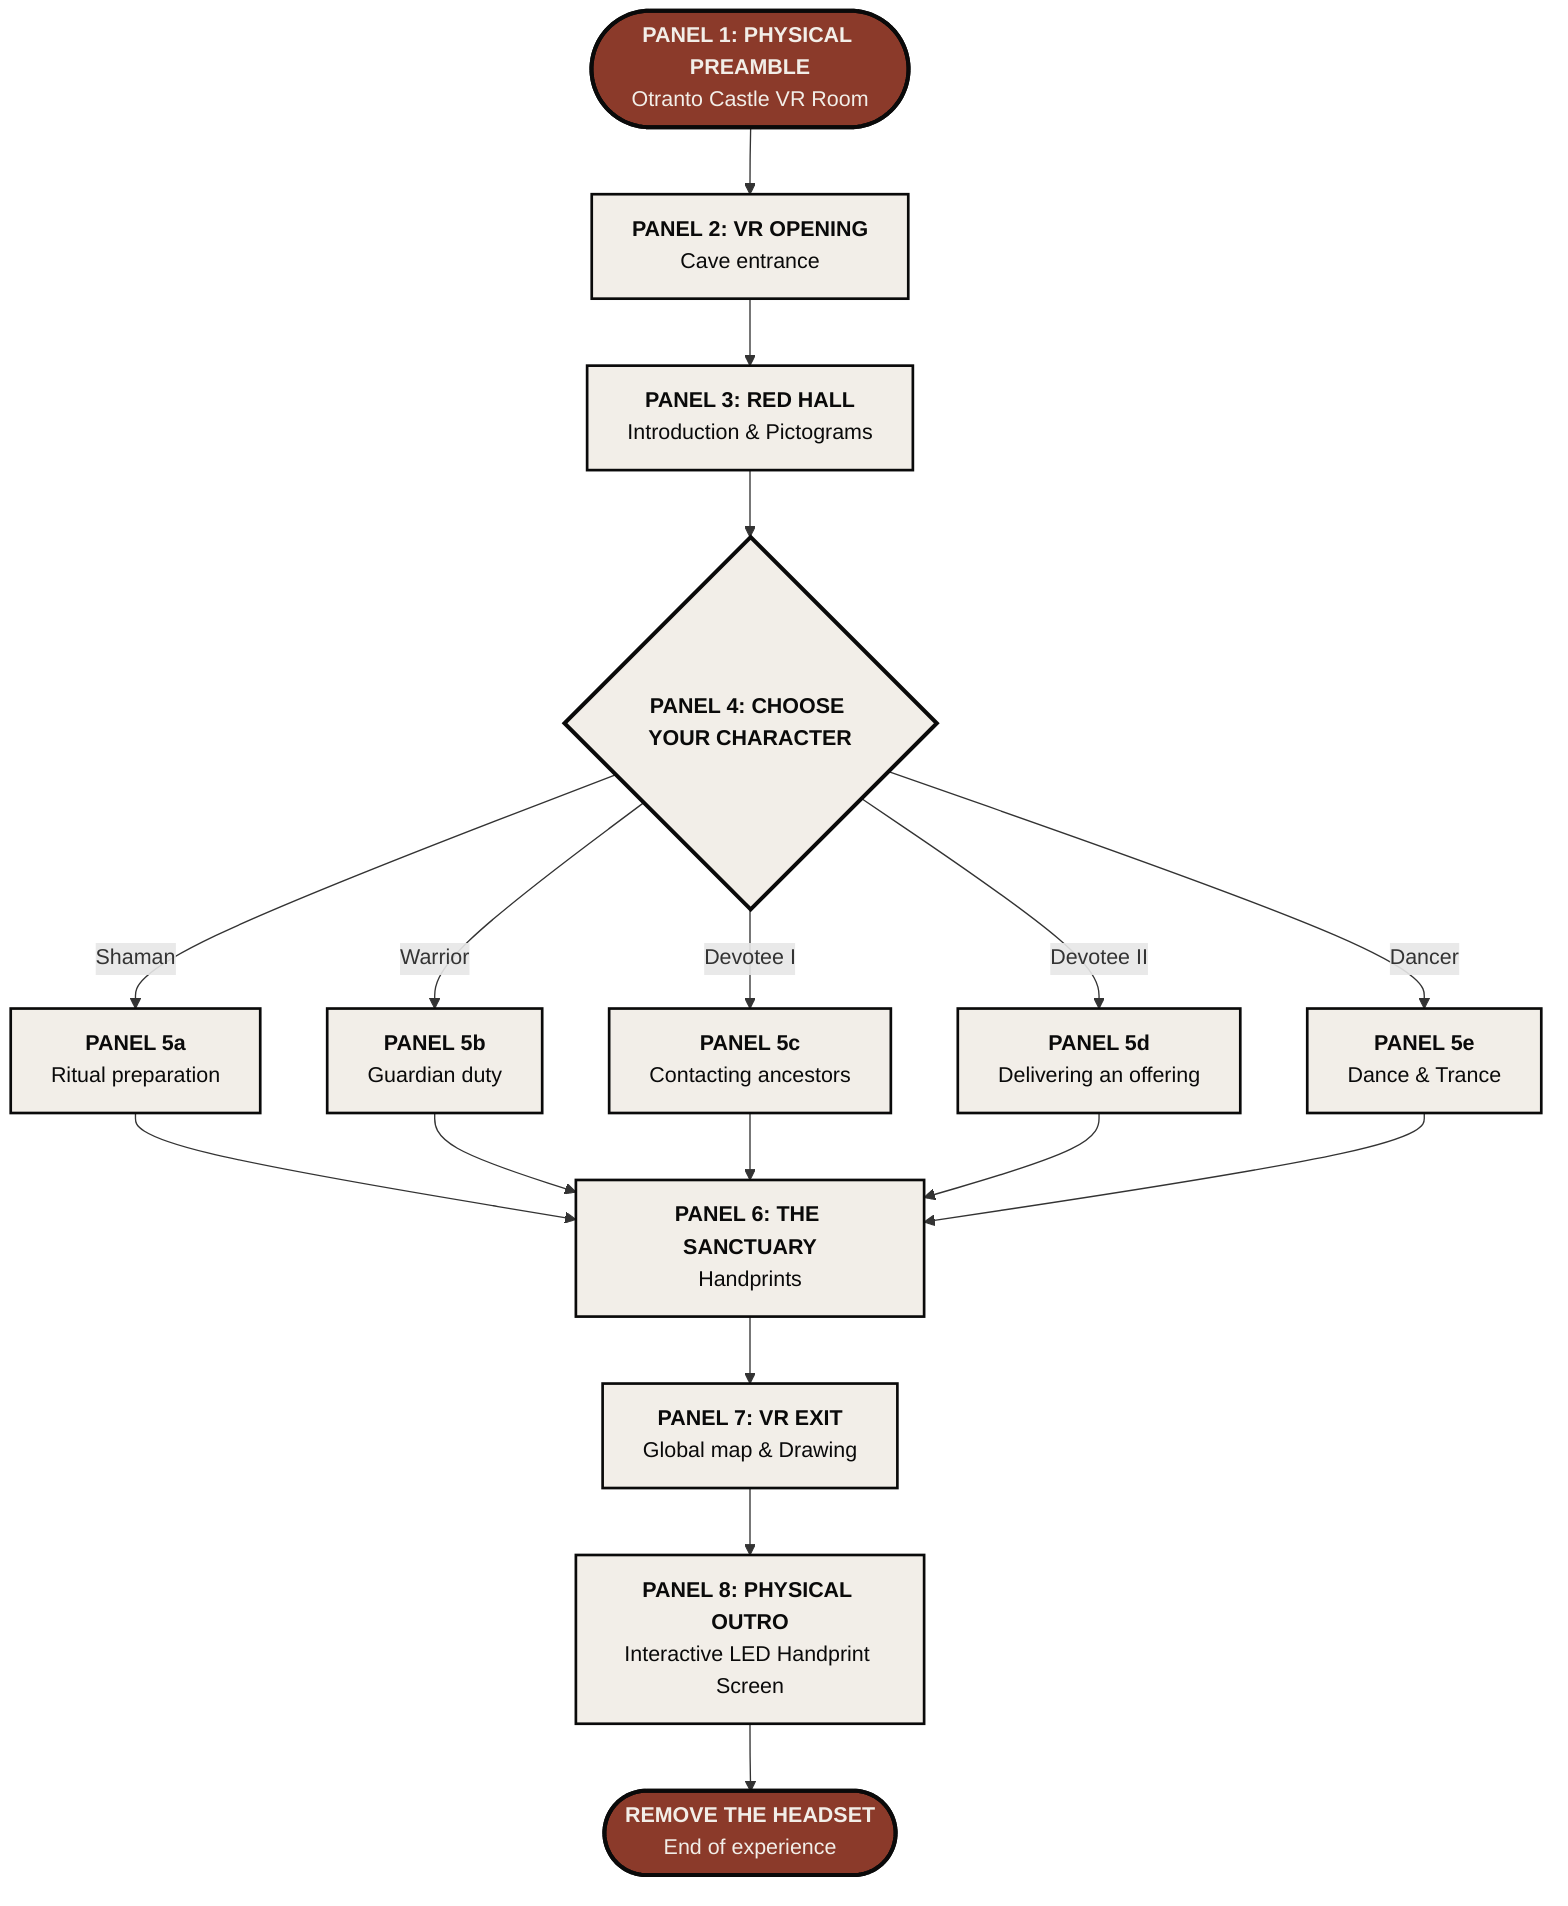
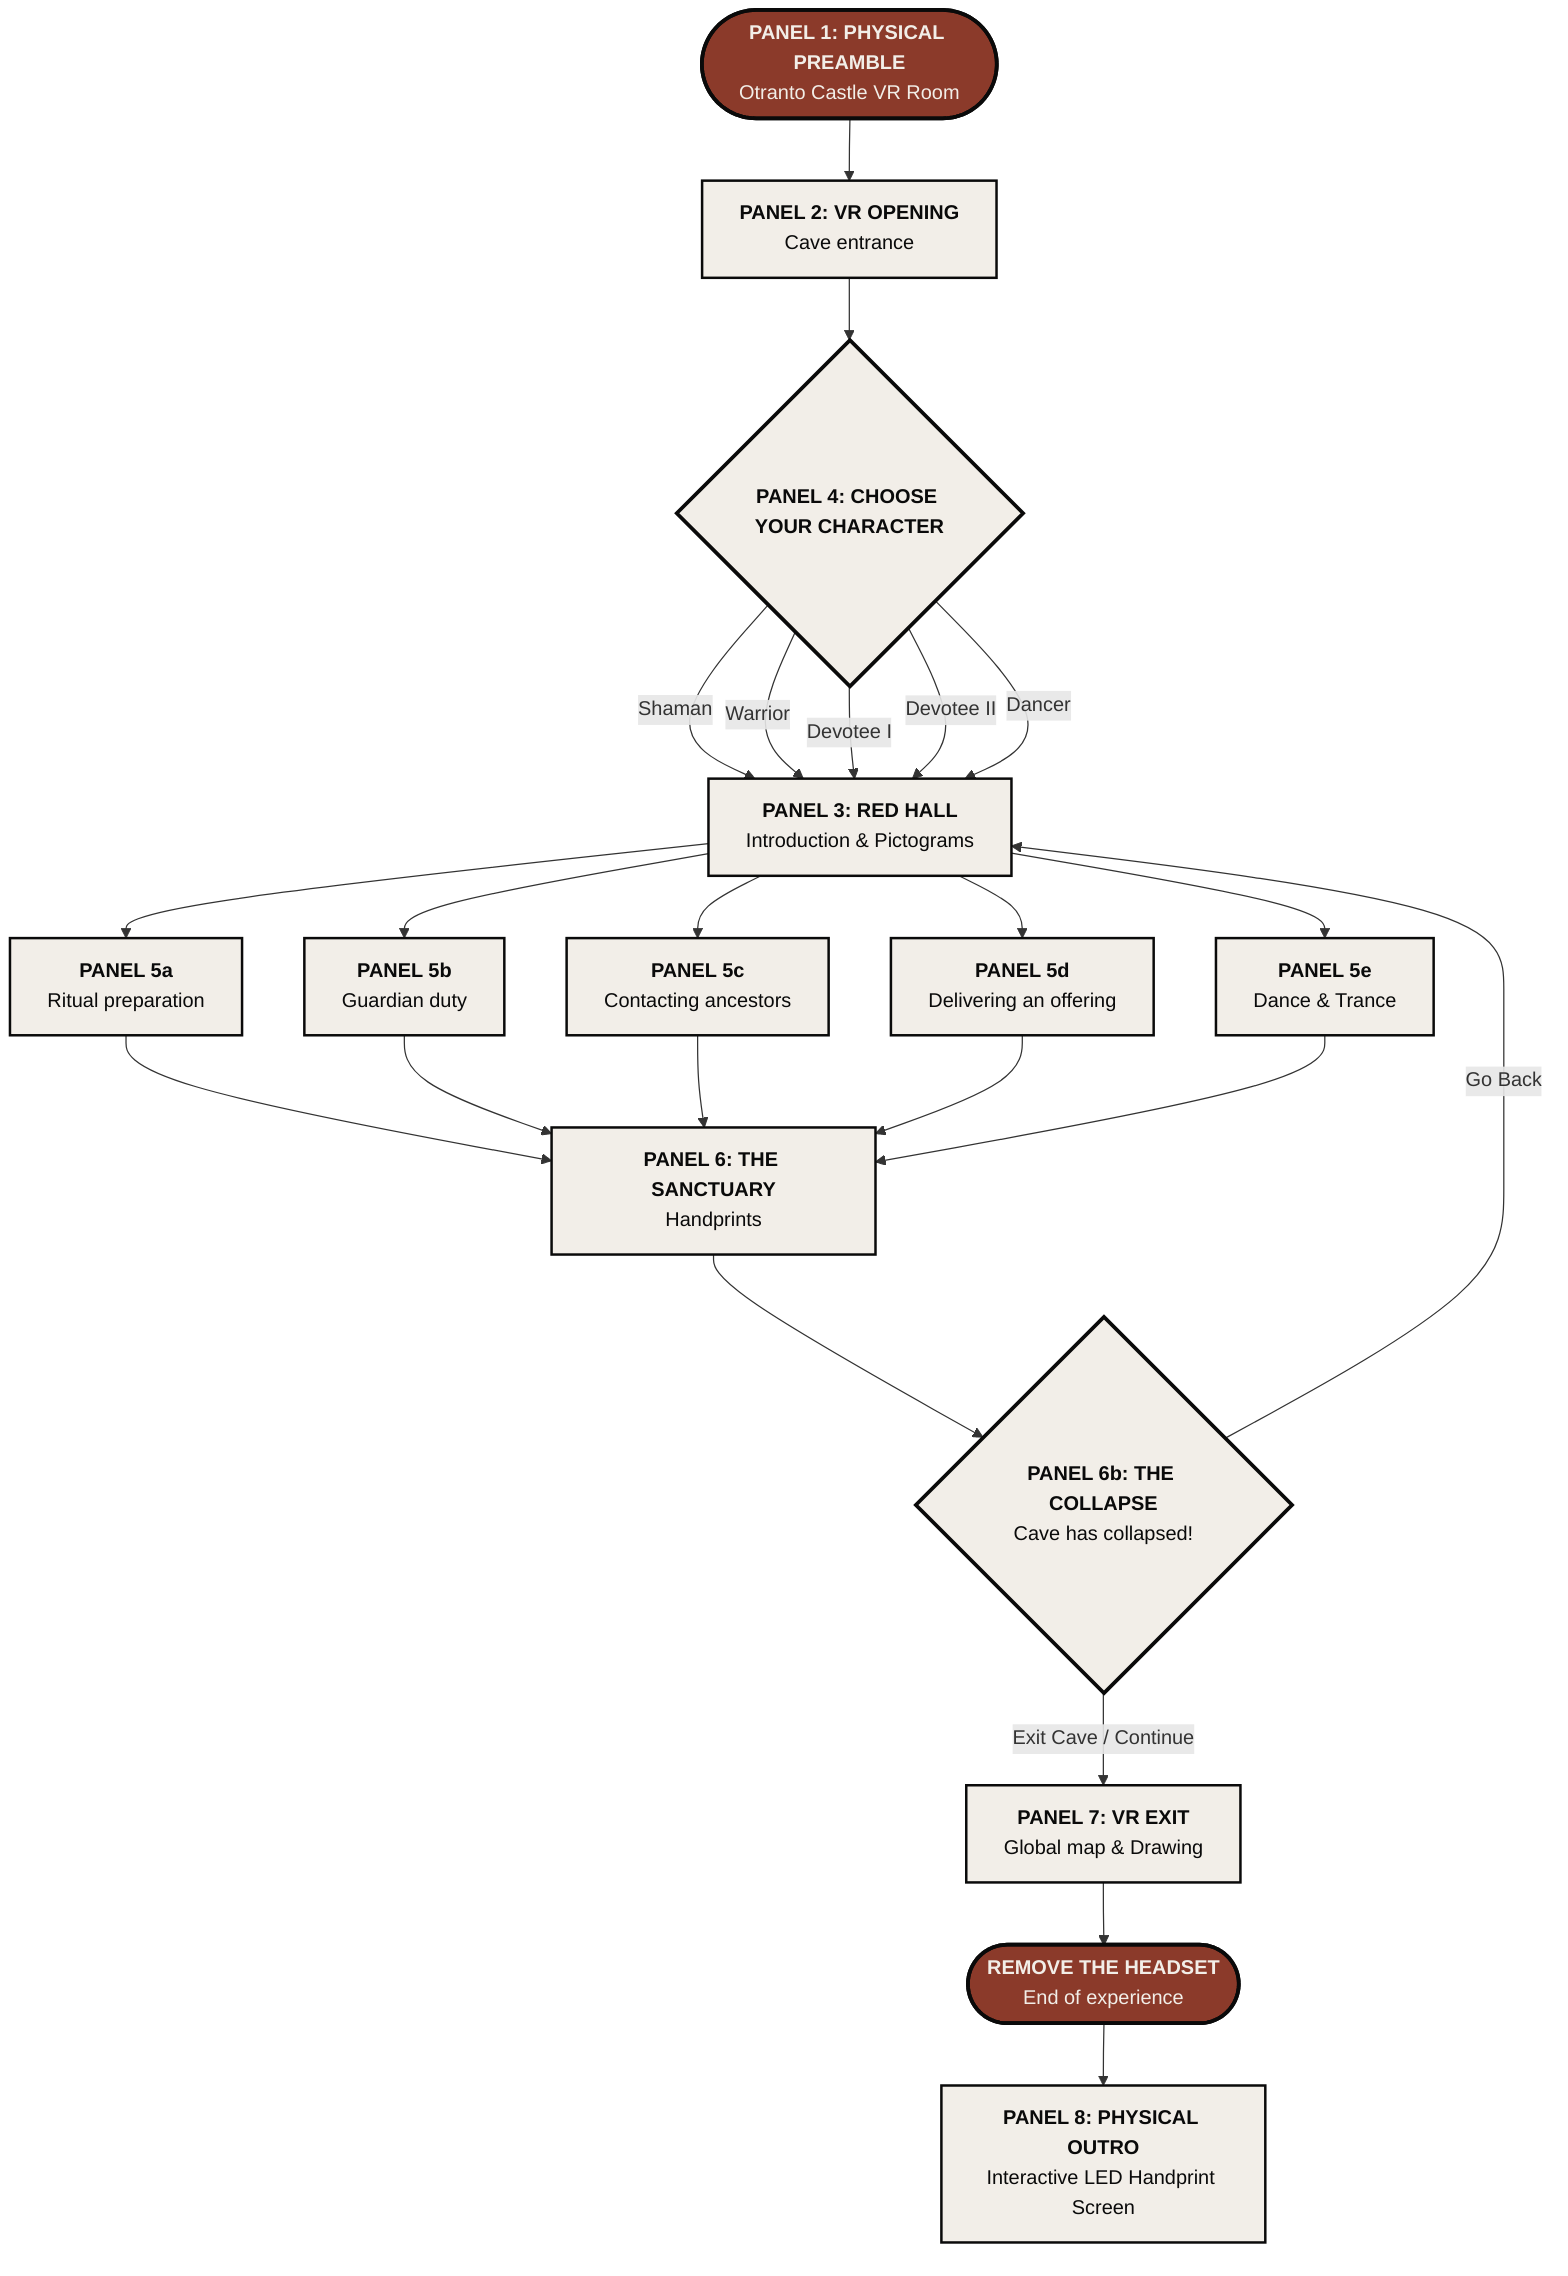
graph TD
    %% SECTION I: COMMON — cave terracotta & dark purple
    A([<b>PANEL 1: PHYSICAL PREAMBLE</b><br/>Otranto Castle VR Room]) --> B[<b>PANEL 2: VR OPENING</b><br/>Cave entrance]
-     B --> D[<b>PANEL 3: RED HALL</b><br/>Introduction & Pictograms]
-     D --> C{<b>PANEL 4: CHOOSE YOUR CHARACTER</b>}
+     B --> C{<b>PANEL 4: CHOOSE YOUR CHARACTER</b>}

    %% SECTION II: BRANCHING — one warm color per character
-     C -->|Shaman| E1[<b>PANEL 5a</b><br/>Ritual preparation]
-     C -->|Warrior| E2[<b>PANEL 5b</b><br/>Guardian duty]
-     C -->|Devotee I| E3[<b>PANEL 5c</b><br/>Contacting ancestors]
-     C -->|Devotee II| E4[<b>PANEL 5d</b><br/>Delivering an offering]
-     C -->|Dancer| E5[<b>PANEL 5e</b><br/>Dance & Trance]
+     C -->|Shaman| D[<b>PANEL 3: RED HALL</b><br/>Introduction & Pictograms]
+     C -->|Warrior| D
+     C -->|Devotee I| D
+     C -->|Devotee II| D
+     C -->|Dancer| D
+ 
+     D --> E1[<b>PANEL 5a</b><br/>Ritual preparation]
+     D --> E2[<b>PANEL 5b</b><br/>Guardian duty]
+     D --> E3[<b>PANEL 5c</b><br/>Contacting ancestors]
+     D --> E4[<b>PANEL 5d</b><br/>Delivering an offering]
+     D --> E5[<b>PANEL 5e</b><br/>Dance & Trance]

    %% SECTION III: FINALE — sanctuary green, then dark end screen
    E1 --> F[<b>PANEL 6: THE SANCTUARY</b><br/>Handprints]
    E2 --> F
    E3 --> F
    E4 --> F
    E5 --> F

-     F --> G[<b>PANEL 7: VR EXIT</b><br/>Global map & Drawing]
-     G --> H[<b>PANEL 8: PHYSICAL OUTRO</b><br/>Interactive LED Handprint Screen]
-     H --> END([<b>REMOVE THE HEADSET</b><br/>End of experience])
+     %% NEW BRANCH POINT: THE COLLAPSE
+     F --> I{<b>PANEL 6b: THE COLLAPSE</b><br/>Cave has collapsed!}
+     I -->|Go Back| D
+     I -->|Exit Cave / Continue| G[<b>PANEL 7: VR EXIT</b><br/>Global map & Drawing]
+ 
+     G --> END([<b>REMOVE THE HEADSET</b><br/>End of experience])
+     END --> H[<b>PANEL 8: PHYSICAL OUTRO</b><br/>Interactive LED Handprint Screen]

    %% ── STYLE DEFINITIONS ─────────────────────────────────────────

    style A fill:#8B3A2A,stroke:#0a0a0a,stroke-width:3px,color:#f2eee8
    style B fill:#f2eee8,stroke:#0a0a0a,stroke-width:2px,color:#0a0a0a
    style C fill:#f2eee8,stroke:#0a0a0a,stroke-width:3px,color:#0a0a0a
    style D fill:#f2eee8,stroke:#0a0a0a,stroke-width:2px,color:#0a0a0a
    style E1 fill:#f2eee8,stroke:#0a0a0a,stroke-width:2px,color:#0a0a0a
    style E2 fill:#f2eee8,stroke:#0a0a0a,stroke-width:2px,color:#0a0a0a
    style E3 fill:#f2eee8,stroke:#0a0a0a,stroke-width:2px,color:#0a0a0a
    style E4 fill:#f2eee8,stroke:#0a0a0a,stroke-width:2px,color:#0a0a0a
    style E5 fill:#f2eee8,stroke:#0a0a0a,stroke-width:2px,color:#0a0a0a
    style F fill:#f2eee8,stroke:#0a0a0a,stroke-width:2px,color:#0a0a0a
+     style I fill:#f2eee8,stroke:#0a0a0a,stroke-width:3px,color:#0a0a0a
    style G fill:#f2eee8,stroke:#0a0a0a,stroke-width:2px,color:#0a0a0a
    style H fill:#f2eee8,stroke:#0a0a0a,stroke-width:2px,color:#0a0a0a
    style END fill:#8B3A2A,stroke:#0a0a0a,stroke-width:3px,color:#f2eee8